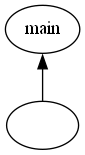
The Graphviz diagram src/printer/images/Symbol.gv.png in KianBankeLarsen/Compiler, before a commit. Its source is kept beside it as src/printer/images/Symbol.gv.
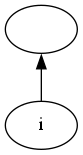
Later version of the same file.

The edit, as a diff of the source:
```diff
@@ -1,6 +1,6 @@
 digraph Symbol {
 	graph [rankdir=BT]
-	0 [label=main]
-	1 [label=""]
+	0 [label=""]
+	1 [label=i]
 	1 -> 0
 }
```
